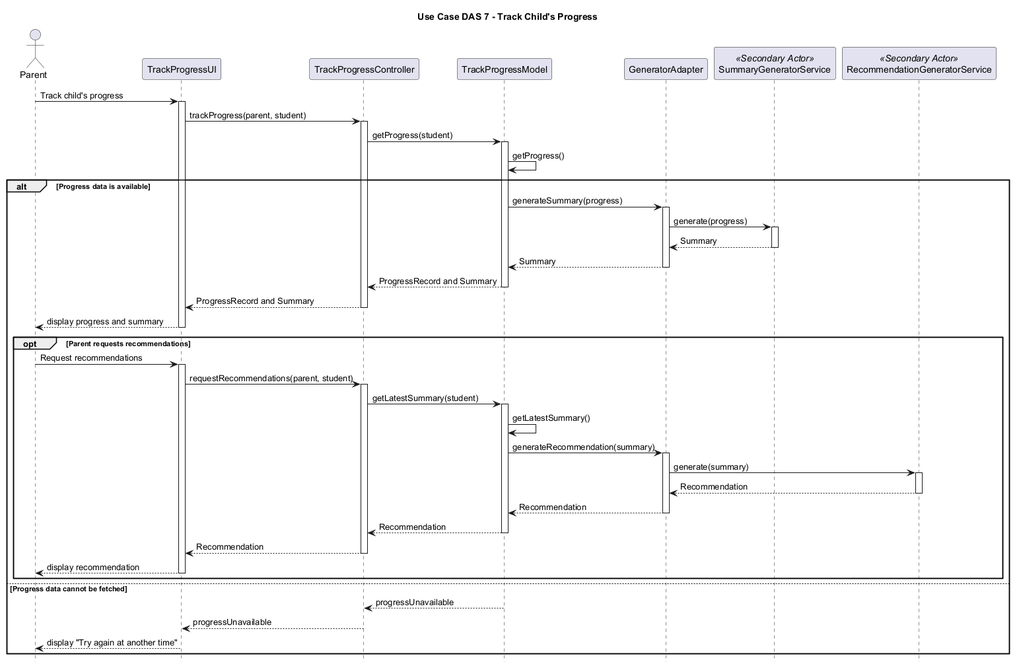
Earlier version of the PlantUML export DAS_7/backend/docs/sequenceDiagram7_1.png (Bwooonggg/ESC-C2T5).
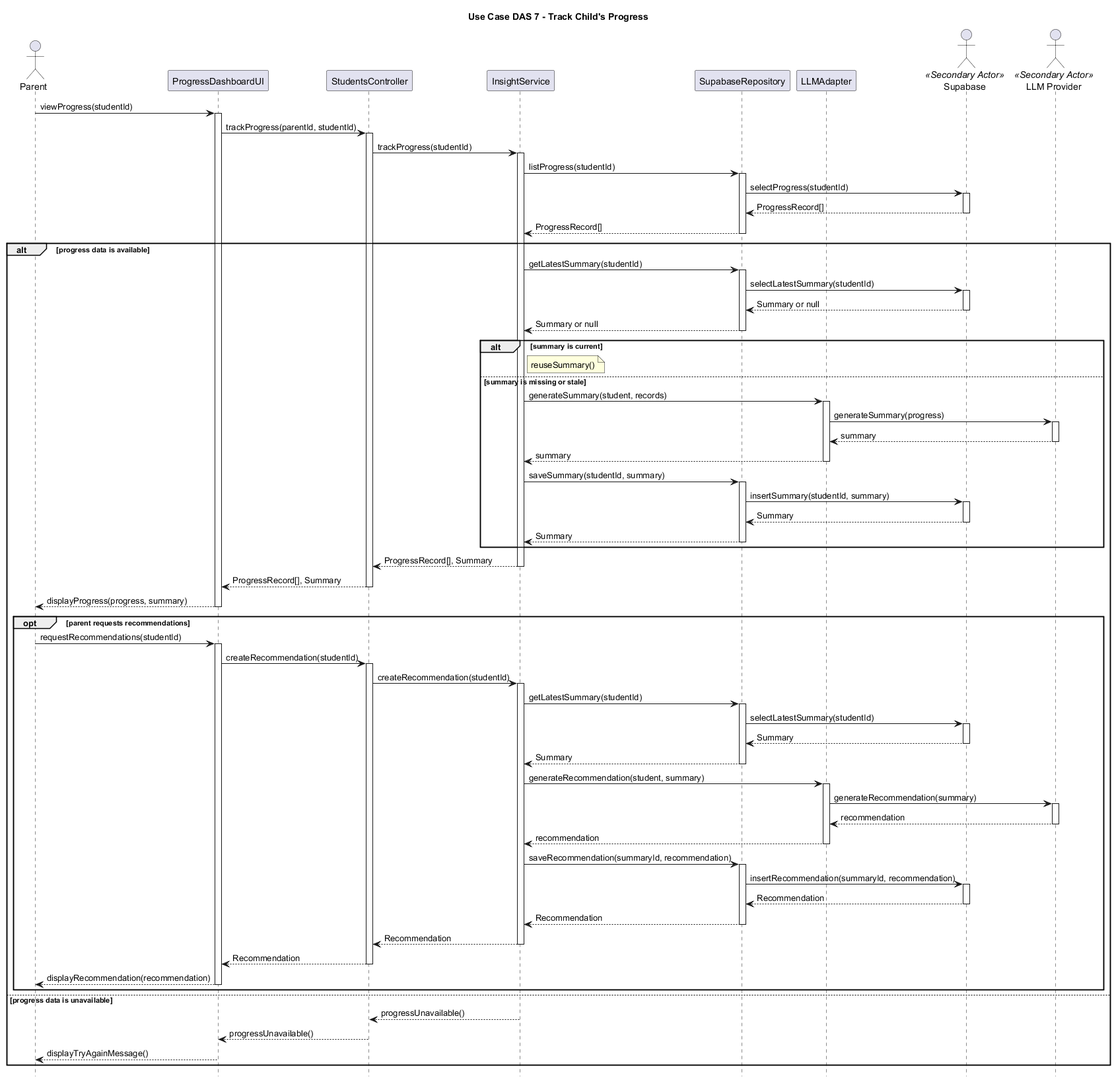
After the commit.

Commit message:
docs(das7): update UML diagrams

Change to the diagram source:
```diff
@@ -2,58 +2,116 @@
 title Use Case DAS 7 - Track Child's Progress
 
 hide footbox
-autoactivate off
 skinparam backgroundColor white
+skinparam shadowing false
 
 actor Parent
-participant TrackProgressUI as UI
-participant TrackProgressController as Controller
-participant TrackProgressModel as Model
-participant GeneratorAdapter as Adapter
-participant SummaryGeneratorService as SummaryService <<Secondary Actor>>
-participant RecommendationGeneratorService as RecommendationService <<Secondary Actor>>
+participant ProgressDashboardUI as UI
+participant StudentsController as Controller
+participant InsightService as Service
+participant SupabaseRepository as Repository
+participant LLMAdapter as Adapter
+actor Supabase as Database <<Secondary Actor>>
+actor "LLM Provider" as LLM <<Secondary Actor>>
 
-Parent -> UI : Track child's progress
+Parent -> UI : viewProgress(studentId)
 activate UI
-UI -> Controller : trackProgress(parent, student)
+UI -> Controller : trackProgress(parentId, studentId)
 activate Controller
-Controller -> Model : getProgress(student)
-activate Model
-Model -> Model : getProgress()
+Controller -> Service : trackProgress(studentId)
+activate Service
+Service -> Repository : listProgress(studentId)
+activate Repository
+Repository -> Database : selectProgress(studentId)
+activate Database
+Database --> Repository : ProgressRecord[]
+deactivate Database
+Repository --> Service : ProgressRecord[]
+deactivate Repository
 
-alt Progress data is available
-  Model -> Adapter : generateSummary(progress)
-  activate Adapter
-  Adapter -> SummaryService : generate(progress)
-  activate SummaryService
-  SummaryService --> Adapter -- : Summary
-  Adapter --> Model -- : Summary
-  Model --> Controller -- : ProgressRecord and Summary
-  Controller --> UI -- : ProgressRecord and Summary
-  UI --> Parent -- : display progress and summary
+alt progress data is available
+  Service -> Repository : getLatestSummary(studentId)
+  activate Repository
+  Repository -> Database : selectLatestSummary(studentId)
+  activate Database
+  Database --> Repository : Summary or null
+  deactivate Database
+  Repository --> Service : Summary or null
+  deactivate Repository
 
-  opt Parent requests recommendations
-    Parent -> UI : Request recommendations
+  alt summary is current
+    note right of Service : reuseSummary()
+  else summary is missing or stale
+    Service -> Adapter : generateSummary(student, records)
+    activate Adapter
+    Adapter -> LLM : generateSummary(progress)
+    activate LLM
+    LLM --> Adapter : summary
+    deactivate LLM
+    Adapter --> Service : summary
+    deactivate Adapter
+    Service -> Repository : saveSummary(studentId, summary)
+    activate Repository
+    Repository -> Database : insertSummary(studentId, summary)
+    activate Database
+    Database --> Repository : Summary
+    deactivate Database
+    Repository --> Service : Summary
+    deactivate Repository
+  end
+
+  Service --> Controller : ProgressRecord[], Summary
+  deactivate Service
+  Controller --> UI : ProgressRecord[], Summary
+  deactivate Controller
+  UI --> Parent : displayProgress(progress, summary)
+  deactivate UI
+
+  opt parent requests recommendations
+    Parent -> UI : requestRecommendations(studentId)
     activate UI
-    UI -> Controller : requestRecommendations(parent, student)
+    UI -> Controller : createRecommendation(studentId)
     activate Controller
-    Controller -> Model : getLatestSummary(student)
-    activate Model
-    Model -> Model : getLatestSummary()
-    Model -> Adapter : generateRecommendation(summary)
+    Controller -> Service : createRecommendation(studentId)
+    activate Service
+    Service -> Repository : getLatestSummary(studentId)
+    activate Repository
+    Repository -> Database : selectLatestSummary(studentId)
+    activate Database
+    Database --> Repository : Summary
+    deactivate Database
+    Repository --> Service : Summary
+    deactivate Repository
+    Service -> Adapter : generateRecommendation(student, summary)
     activate Adapter
-    Adapter -> RecommendationService : generate(summary)
-    activate RecommendationService
-    RecommendationService --> Adapter -- : Recommendation
-    Adapter --> Model -- : Recommendation
-    Model --> Controller -- : Recommendation
-    Controller --> UI -- : Recommendation
-    UI --> Parent -- : display recommendation
+    Adapter -> LLM : generateRecommendation(summary)
+    activate LLM
+    LLM --> Adapter : recommendation
+    deactivate LLM
+    Adapter --> Service : recommendation
+    deactivate Adapter
+    Service -> Repository : saveRecommendation(summaryId, recommendation)
+    activate Repository
+    Repository -> Database : insertRecommendation(summaryId, recommendation)
+    activate Database
+    Database --> Repository : Recommendation
+    deactivate Database
+    Repository --> Service : Recommendation
+    deactivate Repository
+    Service --> Controller : Recommendation
+    deactivate Service
+    Controller --> UI : Recommendation
+    deactivate Controller
+    UI --> Parent : displayRecommendation(recommendation)
+    deactivate UI
   end
-else Progress data cannot be fetched
-  Model --> Controller -- : progressUnavailable
-  Controller --> UI -- : progressUnavailable
-  UI --> Parent -- : display "Try again at another time"
+else progress data is unavailable
+  Service --> Controller : progressUnavailable()
+  deactivate Service
+  Controller --> UI : progressUnavailable()
+  deactivate Controller
+  UI --> Parent : displayTryAgainMessage()
+  deactivate UI
 end
 
 @enduml
```
